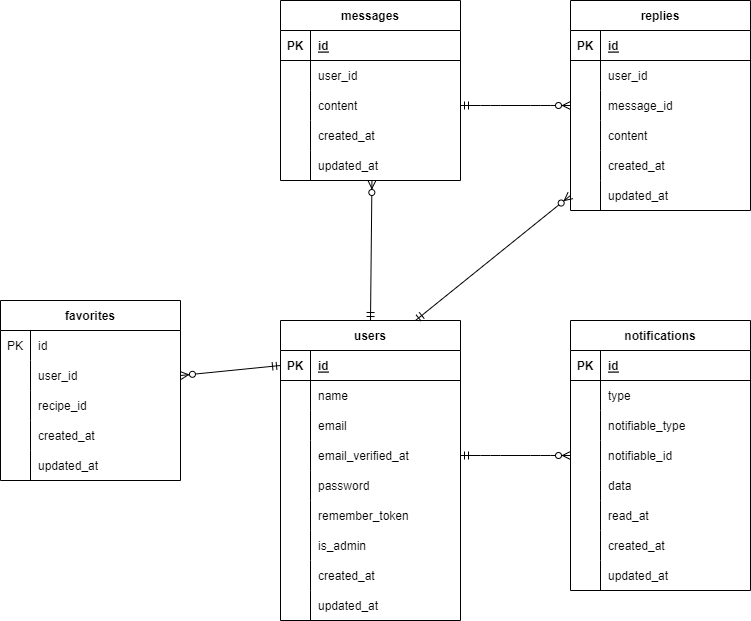
The draw.io diagram recipe_app/er.drawio.png in reth4e/recipeapp, before a commit. Source tidied: cells renumbered, new cells last; positions are measured from the earlier drawing's top-left corner, leaving out a move shared by most shapes.
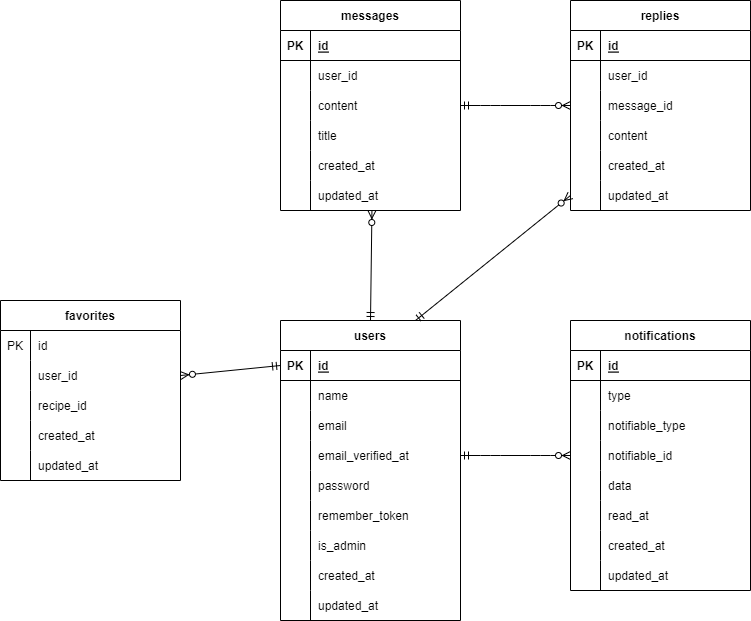
The same diagram one commit later.

Change to the diagram source:
```diff
@@ -3,7 +3,7 @@
     <mxCell id="0" />
     <mxCell id="1" parent="0" />
     <mxCell id="2" value="messages" style="shape=table;startSize=30;rowLines=0;fontStyle=1;align=center;" parent="1" vertex="1">
-      <mxGeometry x="280" width="180" height="180" as="geometry" />
+      <mxGeometry x="280" width="180" height="210" as="geometry" />
     </mxCell>
     <mxCell id="3" style="shape=tableRow;horizontal=0;startSize=0;swimlaneHead=0;swimlaneBody=0;fillColor=none;top=0;left=0;right=0;bottom=1;" parent="2" vertex="1">
       <mxGeometry y="30" width="180" height="30" as="geometry" />
@@ -32,8 +32,17 @@
     <mxCell id="11" value="content" style="shape=partialRectangle;fillColor=none;top=0;left=0;bottom=0;right=0;align=left;spacingLeft=6;overflow=hidden;" parent="9" vertex="1">
       <mxGeometry x="30" width="150" height="30" as="geometry" />
     </mxCell>
+    <mxCell id="111" style="shape=tableRow;horizontal=0;startSize=0;swimlaneHead=0;swimlaneBody=0;fillColor=none;top=0;left=0;right=0;bottom=0;" parent="2" vertex="1">
+      <mxGeometry y="120" width="180" height="30" as="geometry" />
+    </mxCell>
+    <mxCell id="112" style="shape=partialRectangle;fillColor=none;top=0;left=0;bottom=0;right=0;overflow=hidden;" parent="111" vertex="1">
+      <mxGeometry width="30" height="30" as="geometry" />
+    </mxCell>
+    <mxCell id="113" value="title" style="shape=partialRectangle;fillColor=none;top=0;left=0;bottom=0;right=0;align=left;spacingLeft=6;overflow=hidden;" parent="111" vertex="1">
+      <mxGeometry x="30" width="150" height="30" as="geometry" />
+    </mxCell>
     <mxCell id="12" style="shape=tableRow;horizontal=0;startSize=0;swimlaneHead=0;swimlaneBody=0;fillColor=none;top=0;left=0;right=0;bottom=0;" parent="2" vertex="1">
-      <mxGeometry y="120" width="180" height="30" as="geometry" />
+      <mxGeometry y="150" width="180" height="30" as="geometry" />
     </mxCell>
     <mxCell id="13" style="shape=partialRectangle;fillColor=none;top=0;left=0;bottom=0;right=0;overflow=hidden;" parent="12" vertex="1">
       <mxGeometry width="30" height="30" as="geometry" />
@@ -42,7 +51,7 @@
       <mxGeometry x="30" width="150" height="30" as="geometry" />
     </mxCell>
     <mxCell id="15" style="shape=tableRow;horizontal=0;startSize=0;swimlaneHead=0;swimlaneBody=0;fillColor=none;points=[[0,0.5],[1,0.5]];portConstraint=eastwest;top=0;left=0;right=0;bottom=0;" parent="2" vertex="1">
-      <mxGeometry y="150" width="180" height="30" as="geometry" />
+      <mxGeometry y="180" width="180" height="30" as="geometry" />
     </mxCell>
     <mxCell id="16" style="shape=partialRectangle;fillColor=none;top=0;left=0;bottom=0;right=0;overflow=hidden;" parent="15" vertex="1">
       <mxGeometry width="30" height="30" as="geometry" />
```
